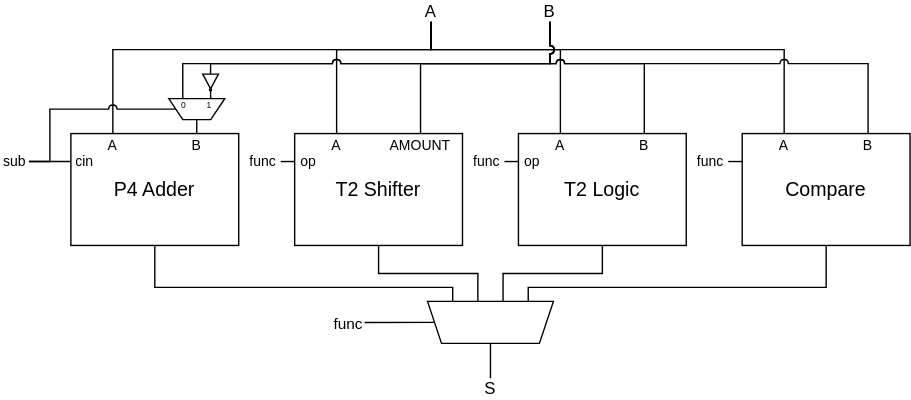
Earlier version of the draw.io export doc/alu.svg (simoneruffini/MELA). Source tidied: cells renumbered, new cells last; positions are measured from the earlier drawing's top-left corner, leaving out a move shared by most shapes.
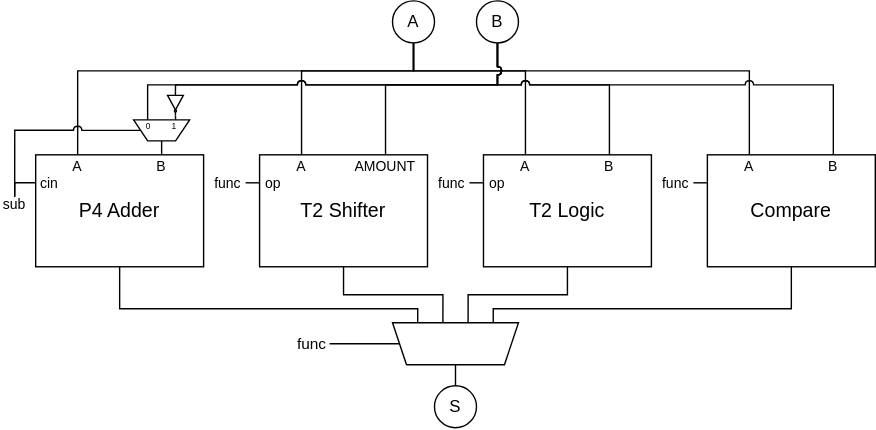
The same file after the commit.

Diff of the diagram source:
```diff
@@ -34,8 +34,7 @@
     <mxCell id="10" style="edgeStyle=orthogonalEdgeStyle;rounded=0;jumpStyle=arc;jettySize=auto;html=1;exitX=0.5;exitY=1;exitDx=0;exitDy=0;entryX=0.25;entryY=0;entryDx=0;entryDy=0;endArrow=none;endFill=0;" parent="1" edge="1" source="38" target="9">
       <mxGeometry relative="1" as="geometry">
         <Array as="points">
-          <mxPoint x="307" y="15" />
-          <mxPoint x="307" y="35" />
+          <mxPoint x="320" y="35" />
           <mxPoint x="80" y="35" />
         </Array>
       </mxGeometry>
@@ -43,8 +42,7 @@
     <mxCell id="11" style="edgeStyle=orthogonalEdgeStyle;rounded=0;jumpStyle=arc;jettySize=auto;html=1;exitX=0.5;exitY=1;exitDx=0;exitDy=0;entryX=0.25;entryY=0;entryDx=0;entryDy=0;endArrow=none;endFill=0;" parent="1" edge="1" source="38" target="6">
       <mxGeometry relative="1" as="geometry">
         <Array as="points">
-          <mxPoint x="307" y="15" />
-          <mxPoint x="307" y="35" />
+          <mxPoint x="320" y="35" />
           <mxPoint x="240" y="35" />
         </Array>
       </mxGeometry>
@@ -52,8 +50,7 @@
     <mxCell id="12" style="edgeStyle=orthogonalEdgeStyle;rounded=0;jumpStyle=arc;jettySize=auto;html=1;exitX=0.5;exitY=1;exitDx=0;exitDy=0;entryX=0.25;entryY=0;entryDx=0;entryDy=0;endArrow=none;endFill=0;" parent="1" edge="1" source="38" target="3">
       <mxGeometry relative="1" as="geometry">
         <Array as="points">
-          <mxPoint x="307" y="15" />
-          <mxPoint x="307" y="35" />
+          <mxPoint x="320" y="35" />
           <mxPoint x="400" y="35" />
         </Array>
       </mxGeometry>
@@ -61,7 +58,7 @@
     <mxCell id="13" style="edgeStyle=orthogonalEdgeStyle;rounded=0;jumpStyle=arc;jettySize=auto;html=1;exitX=0.5;exitY=1;exitDx=0;exitDy=0;entryX=0.25;entryY=0;entryDx=0;entryDy=0;endArrow=none;endFill=0;" parent="1" edge="1" source="38" target="22">
       <mxGeometry relative="1" as="geometry">
         <Array as="points">
-          <mxPoint x="307" y="35" />
+          <mxPoint x="320" y="35" />
           <mxPoint x="560" y="35" />
         </Array>
       </mxGeometry>
@@ -69,8 +66,7 @@
     <mxCell id="14" style="edgeStyle=orthogonalEdgeStyle;rounded=0;jumpStyle=arc;jettySize=auto;html=1;exitX=0.5;exitY=1;exitDx=0;exitDy=0;entryX=0.25;entryY=0;entryDx=0;entryDy=0;endArrow=none;endFill=0;" parent="1" edge="1" source="40" target="44">
       <mxGeometry relative="1" as="geometry">
         <Array as="points">
-          <mxPoint x="393" y="15" />
-          <mxPoint x="393" y="45" />
+          <mxPoint x="380" y="45" />
           <mxPoint x="130" y="45" />
         </Array>
       </mxGeometry>
@@ -78,8 +74,7 @@
     <mxCell id="15" style="edgeStyle=orthogonalEdgeStyle;rounded=0;jumpStyle=arc;jettySize=auto;html=1;exitX=0.5;exitY=1;exitDx=0;exitDy=0;entryX=0.75;entryY=0;entryDx=0;entryDy=0;endArrow=none;endFill=0;" parent="1" edge="1" source="40" target="6">
       <mxGeometry relative="1" as="geometry">
         <Array as="points">
-          <mxPoint x="393" y="15" />
-          <mxPoint x="393" y="45" />
+          <mxPoint x="380" y="45" />
           <mxPoint x="300" y="45" />
         </Array>
       </mxGeometry>
@@ -87,8 +82,7 @@
     <mxCell id="16" style="edgeStyle=orthogonalEdgeStyle;rounded=0;jumpStyle=arc;jettySize=auto;html=1;exitX=0.5;exitY=1;exitDx=0;exitDy=0;entryX=0.75;entryY=0;entryDx=0;entryDy=0;endArrow=none;endFill=0;" parent="1" edge="1" source="40" target="3">
       <mxGeometry relative="1" as="geometry">
         <Array as="points">
-          <mxPoint x="393" y="15" />
-          <mxPoint x="393" y="45" />
+          <mxPoint x="380" y="45" />
           <mxPoint x="460" y="45" />
         </Array>
       </mxGeometry>
@@ -124,12 +118,10 @@
     <mxCell id="23" style="shape=trapezoid;perimeter=trapezoidPerimeter;whiteSpace=wrap;html=1;fixedSize=1;labelBackgroundColor=none;size=10;points=[[0,1,0,0,0],[0.03,0.73,0,0,0],[0.06,0.5,0,0,0],[0.08,0.3,0,0,0],[0.1,0.1,0,0,0],[0.2,1,0,0,0],[0.26,0,0,0,0],[0.4,1,0,0,0],[0.5,0,0,0,0],[0.6,1,0,0,0],[0.76,0,0,0,0],[0.8,1,0,0,0],[0.9,0.1,0,0,0],[0.92,0.3,0,0,0],[0.94,0.5,0,0,0],[0.97,0.73,0,0,0],[1,1,0,0,0]];flipV=1;" parent="1" vertex="1">
       <mxGeometry x="305" y="215" width="90" height="30" as="geometry" />
     </mxCell>
-    <mxCell id="24" style="edgeStyle=orthogonalEdgeStyle;rounded=0;jumpStyle=arc;jettySize=auto;html=1;exitX=0;exitY=0.5;exitDx=0;exitDy=0;fontSize=10;endArrow=none;endFill=0;entryX=1;entryY=0.5;entryDx=0;entryDy=0;" parent="1" edge="1" source="44" target="42">
+    <mxCell id="24" style="edgeStyle=orthogonalEdgeStyle;rounded=0;jumpStyle=arc;jettySize=auto;html=1;exitX=0;exitY=0.5;exitDx=0;exitDy=0;fontSize=10;endArrow=none;endFill=0;entryX=0.5;entryY=0;entryDx=0;entryDy=0;" parent="1" edge="1" source="44" target="42">
       <mxGeometry relative="1" as="geometry">
         <Array as="points">
           <mxPoint x="35" y="78" />
-          <mxPoint x="35" y="115" />
-          <mxPoint x="20" y="115" />
         </Array>
       </mxGeometry>
     </mxCell>
@@ -140,14 +132,14 @@
       <mxGeometry relative="1" as="geometry">
         <Array as="points">
           <mxPoint x="150" y="45" />
-          <mxPoint x="392" y="45" />
+          <mxPoint x="380" y="45" />
         </Array>
       </mxGeometry>
     </mxCell>
     <mxCell id="27" style="verticalLabelPosition=bottom;shadow=0;dashed=0;align=center;html=1;verticalAlign=top;shape=mxgraph.electrical.logic_gates.inverter_2;labelBackgroundColor=none;rotation=90;" parent="1" vertex="1">
       <mxGeometry x="141.1" y="52.6" width="17.5" height="11.2" as="geometry" />
     </mxCell>
-    <mxCell id="28" style="edgeStyle=orthogonalEdgeStyle;rounded=0;jumpStyle=arc;jettySize=auto;html=1;exitX=0;exitY=0.5;exitDx=0;exitDy=0;endArrow=none;endFill=0;entryX=1;entryY=0.5;entryDx=0;entryDy=0;" parent="1" edge="1" source="29" target="42">
+    <mxCell id="28" style="edgeStyle=orthogonalEdgeStyle;rounded=0;jumpStyle=arc;jettySize=auto;html=1;exitX=0;exitY=0.5;exitDx=0;exitDy=0;endArrow=none;endFill=0;entryX=0.5;entryY=0;entryDx=0;entryDy=0;" parent="1" edge="1" source="29" target="42">
       <mxGeometry relative="1" as="geometry" />
     </mxCell>
     <mxCell id="29" value="&lt;font style=&quot;font-size: 10px;&quot;&gt;cin&lt;/font&gt;" style="text;html=1;strokeColor=none;fillColor=none;align=center;verticalAlign=middle;whiteSpace=wrap;rounded=0;labelBackgroundColor=none;" parent="1" vertex="1">
@@ -177,25 +169,16 @@
     <mxCell id="37" value="&lt;span style=&quot;font-size: 10px;&quot;&gt;B&lt;/span&gt;" style="text;html=1;strokeColor=none;fillColor=none;align=center;verticalAlign=middle;whiteSpace=wrap;rounded=0;labelBackgroundColor=none;" parent="1" vertex="1">
       <mxGeometry x="610" y="95" width="20" height="15" as="geometry" />
     </mxCell>
-    <mxCell id="38" value="A" style="text;html=1;strokeColor=none;fillColor=none;align=center;verticalAlign=middle;whiteSpace=wrap;rounded=0;labelBackgroundColor=none;fontSize=12;" parent="1" vertex="1">
-      <mxGeometry x="295" width="25" height="15" as="geometry" />
-    </mxCell>
     <mxCell id="39" style="edgeStyle=orthogonalEdgeStyle;rounded=0;jumpStyle=arc;jettySize=auto;html=1;exitX=0.5;exitY=1;exitDx=0;exitDy=0;entryX=0.75;entryY=0;entryDx=0;entryDy=0;fontSize=10;endArrow=none;endFill=0;" parent="1" edge="1" source="40" target="22">
       <mxGeometry relative="1" as="geometry">
         <Array as="points">
-          <mxPoint x="392" y="45" />
+          <mxPoint x="380" y="45" />
           <mxPoint x="620" y="45" />
         </Array>
       </mxGeometry>
     </mxCell>
-    <mxCell id="40" value="B" style="text;html=1;strokeColor=none;fillColor=none;align=center;verticalAlign=middle;whiteSpace=wrap;rounded=0;labelBackgroundColor=none;fontSize=12;" parent="1" vertex="1">
-      <mxGeometry x="380" width="25" height="15" as="geometry" />
-    </mxCell>
-    <mxCell id="41" value="S" style="text;html=1;strokeColor=none;fillColor=none;align=center;verticalAlign=middle;whiteSpace=wrap;rounded=0;labelBackgroundColor=none;fontSize=12;" parent="1" vertex="1">
-      <mxGeometry x="340" y="270" width="20" height="15" as="geometry" />
-    </mxCell>
     <mxCell id="42" value="sub" style="text;html=1;strokeColor=none;fillColor=none;align=center;verticalAlign=middle;whiteSpace=wrap;rounded=0;labelBackgroundColor=none;fontSize=10;" parent="1" vertex="1">
-      <mxGeometry y="106.9" width="20" height="16.2" as="geometry" />
+      <mxGeometry x="25" y="125" width="20" height="10" as="geometry" />
     </mxCell>
     <mxCell id="43" style="group;" parent="1" vertex="1">
       <mxGeometry x="120" y="70" width="40" height="15" as="geometry" />
@@ -224,6 +207,15 @@
     <mxCell id="51" value="func" style="text;html=1;strokeColor=none;fillColor=none;align=center;verticalAlign=middle;whiteSpace=wrap;rounded=0;labelBackgroundColor=none;fontSize=10;" parent="1" vertex="1">
       <mxGeometry x="495" y="105" width="25" height="20" as="geometry" />
     </mxCell>
+    <mxCell id="38" value="A" style="ellipse;whiteSpace=wrap;html=1;" parent="1" vertex="1">
+      <mxGeometry x="305" y="-15" width="30" height="30" as="geometry" />
+    </mxCell>
+    <mxCell id="40" value="B" style="ellipse;whiteSpace=wrap;html=1;" parent="1" vertex="1">
+      <mxGeometry x="365" y="-15" width="30" height="30" as="geometry" />
+    </mxCell>
+    <mxCell id="41" value="S" style="ellipse;whiteSpace=wrap;html=1;" parent="1" vertex="1">
+      <mxGeometry x="335" y="260" width="30" height="30" as="geometry" />
+    </mxCell>
     <mxCell id="52" value="Datapath" parent="0" />
     <mxCell id="53" value="DP Signals" parent="0" />
     <mxCell id="54" value="Hazard Unit" parent="0" />
```
